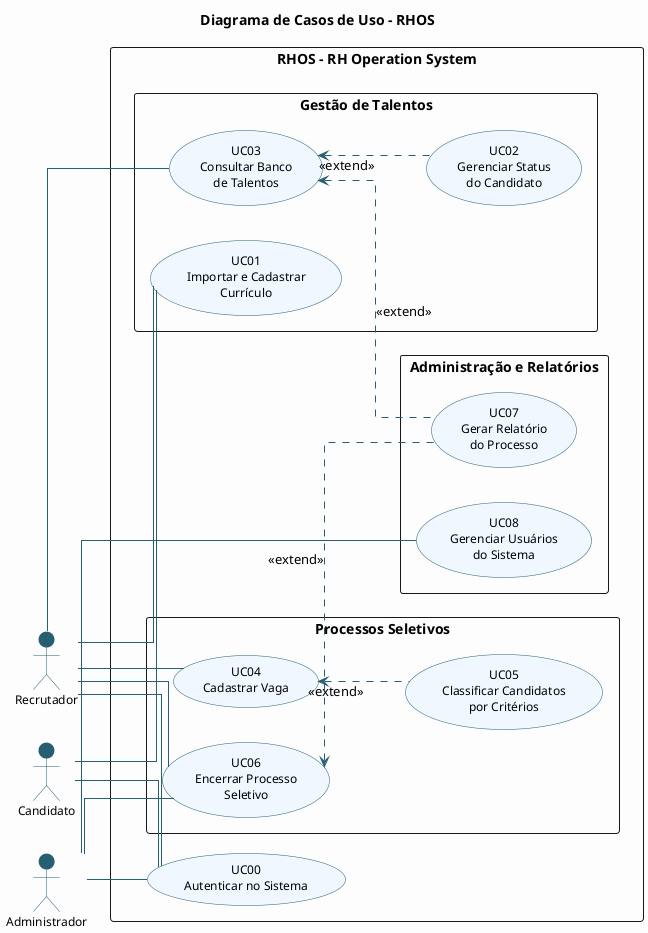
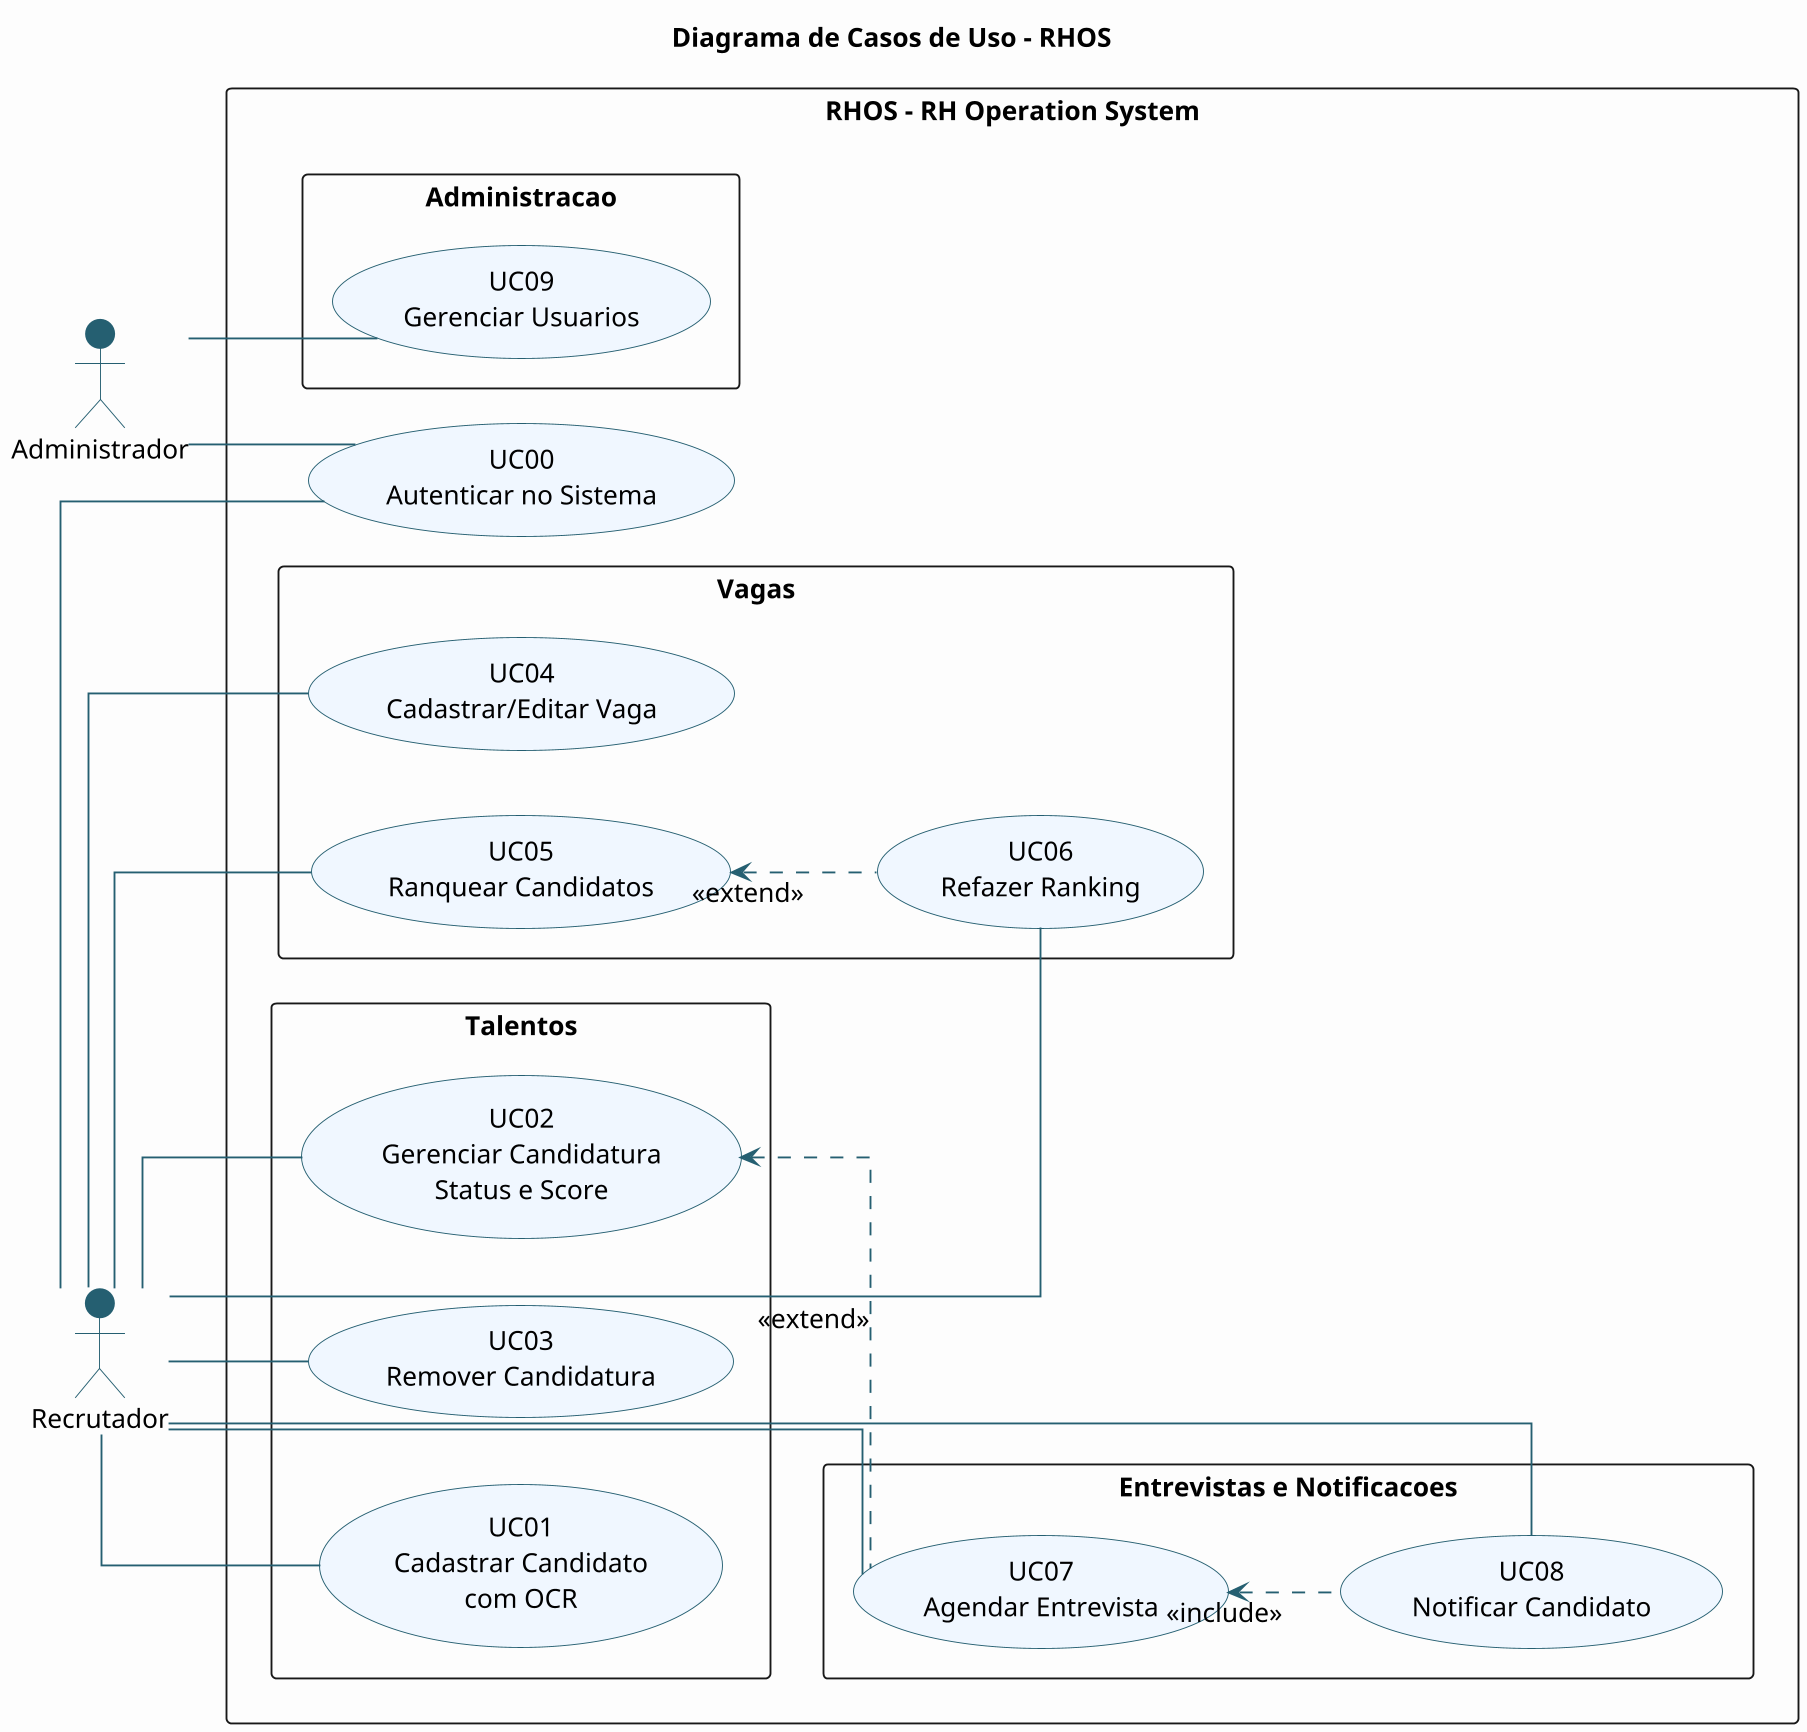
- @startuml diagrama-casos-de-uso-final
+ @startuml diagrama-casos-de-uso

- title Diagrama de Casos de Uso – RHOS
+ title Diagrama de Casos de Uso - RHOS

left to right direction
+ skinparam dpi 180
+ skinparam shadowing false
skinparam linetype ortho
skinparam backgroundColor #FDFDFD
skinparam packageStyle rectangle
+ skinparam defaultFontSize 14

skinparam usecase {
    BackgroundColor #F0F7FF
    BorderColor #255F71
    ArrowColor #255F71
-     FontSize 12
+     FontSize 14
}

skinparam actor {
    BackgroundColor #255F71
    BorderColor #255F71
-     FontSize 12
+     FontSize 14
}

- ' ── Atores Exclusivos do Sistema ────────────────────────────────
actor "Administrador" as Admin
actor "Recrutador" as Recruiter
- actor "Candidato" as Candidate

- ' ── Sistema ─────────────────────────────────────────────────────
- rectangle "RHOS – RH Operation System" {
+ rectangle "RHOS - RH Operation System" {

    usecase (UC00\nAutenticar no Sistema) as UC00

-     package "Gestão de Talentos" {
-         usecase (UC01\nImportar e Cadastrar\nCurrículo) as UC01
-         usecase (UC03\nConsultar Banco\nde Talentos) as UC03
-         usecase (UC02\nGerenciar Status\ndo Candidato) as UC02
+     package "Talentos" {
+         usecase (UC01\nCadastrar Candidato\ncom OCR) as UC01
+         usecase (UC02\nGerenciar Candidatura\nStatus e Score) as UC02
+         usecase (UC03\nRemover Candidatura) as UC03
    }

-     package "Processos Seletivos" {
-         usecase (UC04\nCadastrar Vaga) as UC04
-         usecase (UC05\nClassificar Candidatos\npor Critérios) as UC05
-         usecase (UC06\nEncerrar Processo\nSeletivo) as UC06
+     package "Vagas" {
+         usecase (UC04\nCadastrar/Editar Vaga) as UC04
+         usecase (UC05\nRanquear Candidatos) as UC05
+         usecase (UC06\nRefazer Ranking) as UC06
    }

-     package "Administração e Relatórios" {
-         usecase (UC07\nGerar Relatório\ndo Processo) as UC07
-         usecase (UC08\nGerenciar Usuários\ndo Sistema) as UC08
+     package "Entrevistas e Notificacoes" {
+         usecase (UC07\nAgendar Entrevista) as UC07
+         usecase (UC08\nNotificar Candidato) as UC08
+     }
+ 
+     package "Administracao" {
+         usecase (UC09\nGerenciar Usuarios) as UC09
    }
}

- ' ── Relacionamentos: Autenticação (Comum aos 3) ─────────────────
Admin -- UC00
Recruiter -- UC00
- Candidate -- UC00

- ' ── Relacionamentos: Candidato ──────────────────────────────────
- Candidate -- UC01
- 
- ' ── Relacionamentos: Recrutador ─────────────────────────────────
Recruiter -- UC01
+ Recruiter -- UC02
Recruiter -- UC03
Recruiter -- UC04
+ Recruiter -- UC05
Recruiter -- UC06
+ Recruiter -- UC07
+ Recruiter -- UC08

- ' ── Relacionamentos: Administrador ──────────────────────────────
- Admin -- UC06
- Admin -- UC08
+ Admin -- UC09

- ' ── Lógica de Extensão (Ações Indiretas) ────────────────────────
- ' Evita linhas dos atores até esses casos de uso secundários
- UC03 <.. UC02 : <<extend>>
- UC04 <.. UC05 : <<extend>>
- UC06 <.. UC07 : <<extend>>
- UC03 <.. UC07 : <<extend>>
+ UC05 <.. UC06 : <<extend>>
+ UC02 <.. UC07 : <<extend>>
+ UC07 <.. UC08 : <<include>>

@enduml